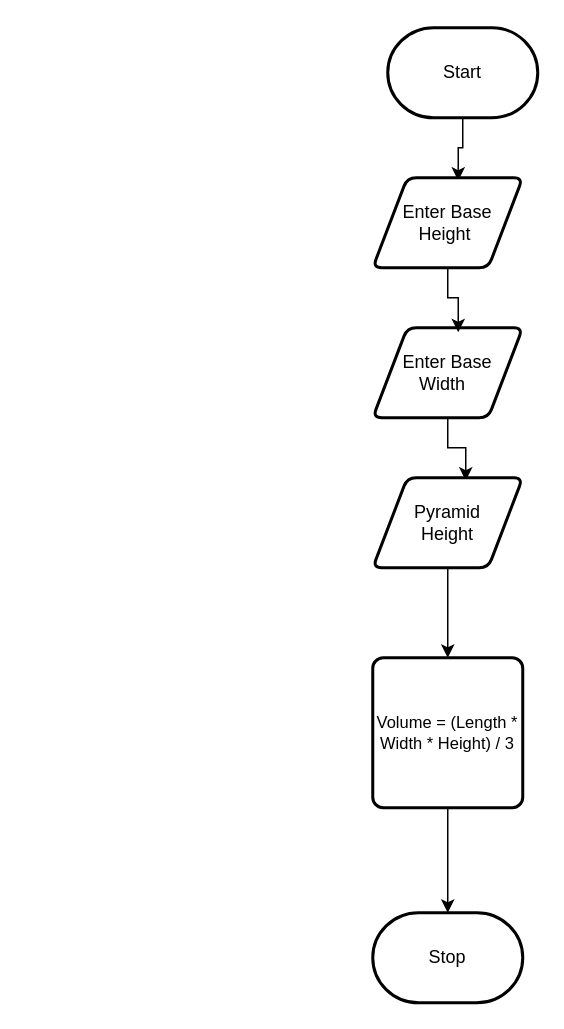
This is design/flowchart.drawio from MTHS-ICS2O-2-2022/ICS2O-Unit-6-02-Jaden-Plugowsky, a draw.io file, before an edit. Source tidied: cells renumbered, new cells numbered last; positions are measured from the earlier drawing's top-left corner, leaving out a move shared by most shapes. Both pictures are drawn from the tidied source at 150%, with x=0, y=0 at pixel (372, 27).
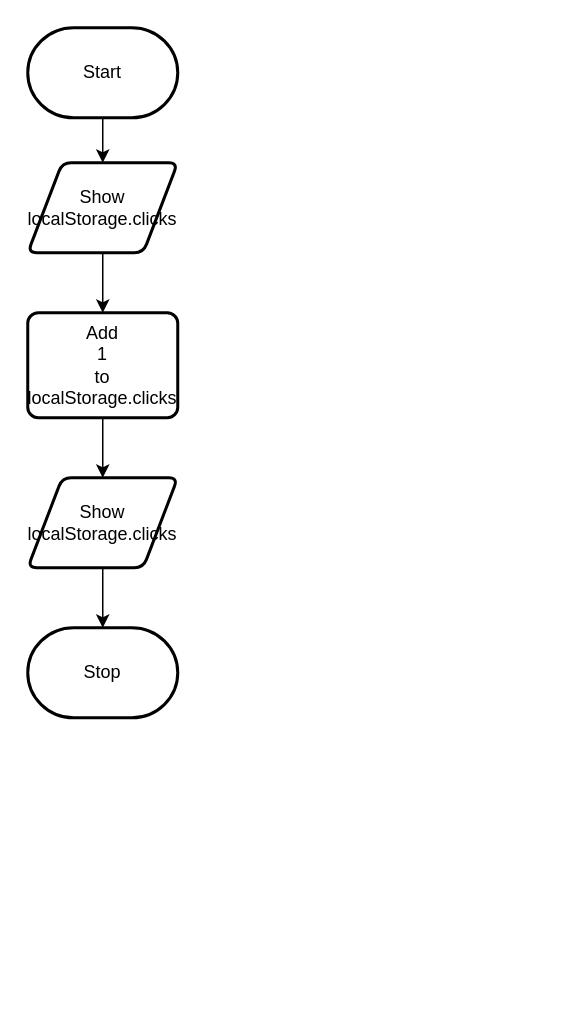
Above is the later version.

What changed in the source:
```diff
@@
 <mxGraphModel>
   <root>
     <mxCell id="0" />
     <mxCell id="1" parent="0" />
-    <mxCell id="2" style="edgeStyle=orthogonalEdgeStyle;shape=connector;rounded=0;html=1;entryX=0.57;entryY=0.033;entryDx=0;entryDy=0;entryPerimeter=0;labelBackgroundColor=default;strokeColor=default;fontFamily=Helvetica;fontSize=11;fontColor=default;endArrow=classic;elbow=vertical;jumpStyle=none;" parent="1" edge="1" source="3" target="8">
-      <mxGeometry relative="1" as="geometry" />
-    </mxCell>
+    <mxCell id="13" style="edgeStyle=orthogonalEdgeStyle;shape=connector;rounded=0;jumpStyle=none;html=1;entryX=0.5;entryY=0;entryDx=0;entryDy=0;labelBackgroundColor=default;strokeColor=default;fontFamily=Helvetica;fontSize=11;fontColor=default;endArrow=classic;elbow=vertical;" parent="1" edge="1" source="3" target="19">
+      <mxGeometry relative="1" as="geometry" />
+    </mxCell>
     <mxCell id="3" value="Start" style="strokeWidth=2;html=1;shape=mxgraph.flowchart.terminator;whiteSpace=wrap;" parent="1" vertex="1">
-      <mxGeometry x="10" width="100" height="60" as="geometry" />
+      <mxGeometry x="-230" width="100" height="60" as="geometry" />
     </mxCell>
     <mxCell id="4" value="Stop" style="strokeWidth=2;html=1;shape=mxgraph.flowchart.terminator;whiteSpace=wrap;" parent="1" vertex="1">
-      <mxGeometry y="590" width="100" height="60" as="geometry" />
+      <mxGeometry x="-230" y="400" width="100" height="60" as="geometry" />
     </mxCell>
-    <mxCell id="5" style="edgeStyle=orthogonalEdgeStyle;shape=connector;rounded=0;html=1;entryX=0.62;entryY=0.033;entryDx=0;entryDy=0;entryPerimeter=0;labelBackgroundColor=default;strokeColor=default;fontFamily=Helvetica;fontSize=11;fontColor=default;endArrow=classic;elbow=vertical;" parent="1" edge="1" source="6" target="10">
-      <mxGeometry relative="1" as="geometry" />
-    </mxCell>
-    <mxCell id="6" value="Enter Base Width&amp;nbsp;&amp;nbsp;" style="shape=parallelogram;html=1;strokeWidth=2;perimeter=parallelogramPerimeter;whiteSpace=wrap;rounded=1;arcSize=12;size=0.23;" parent="1" vertex="1">
-      <mxGeometry y="200" width="100" height="60" as="geometry" />
-    </mxCell>
-    <mxCell id="7" style="edgeStyle=orthogonalEdgeStyle;shape=connector;rounded=0;html=1;entryX=0.57;entryY=0.05;entryDx=0;entryDy=0;entryPerimeter=0;labelBackgroundColor=default;strokeColor=default;fontFamily=Helvetica;fontSize=11;fontColor=default;endArrow=classic;elbow=vertical;" parent="1" edge="1" source="8" target="6">
-      <mxGeometry relative="1" as="geometry" />
-    </mxCell>
-    <mxCell id="8" value="Enter Base Height&amp;nbsp;" style="shape=parallelogram;html=1;strokeWidth=2;perimeter=parallelogramPerimeter;whiteSpace=wrap;rounded=1;arcSize=12;size=0.23;" parent="1" vertex="1">
-      <mxGeometry y="100" width="100" height="60" as="geometry" />
-    </mxCell>
-    <mxCell id="9" style="edgeStyle=orthogonalEdgeStyle;shape=connector;rounded=0;html=1;entryX=0.5;entryY=0;entryDx=0;entryDy=0;labelBackgroundColor=default;strokeColor=default;fontFamily=Helvetica;fontSize=11;fontColor=default;endArrow=classic;elbow=vertical;" parent="1" edge="1" source="10" target="12">
-      <mxGeometry relative="1" as="geometry" />
-    </mxCell>
-    <mxCell id="10" value="Pyramid&lt;br&gt;Height" style="shape=parallelogram;html=1;strokeWidth=2;perimeter=parallelogramPerimeter;whiteSpace=wrap;rounded=1;arcSize=12;size=0.23;" parent="1" vertex="1">
-      <mxGeometry y="300" width="100" height="60" as="geometry" />
-    </mxCell>
-    <mxCell id="11" style="edgeStyle=orthogonalEdgeStyle;shape=connector;rounded=0;html=1;entryX=0.5;entryY=0;entryDx=0;entryDy=0;entryPerimeter=0;labelBackgroundColor=default;strokeColor=default;fontFamily=Helvetica;fontSize=11;fontColor=default;endArrow=classic;elbow=vertical;" parent="1" edge="1" source="12" target="4">
-      <mxGeometry relative="1" as="geometry" />
-    </mxCell>
-    <mxCell id="12" value="Volume = (Length * Width * Height) / 3" style="rounded=1;whiteSpace=wrap;html=1;absoluteArcSize=1;arcSize=14;strokeWidth=2;fontFamily=Helvetica;fontSize=11;fontColor=default;" parent="1" vertex="1">
-      <mxGeometry y="420" width="100" height="100" as="geometry" />
-    </mxCell>
+    <mxCell id="14" style="edgeStyle=orthogonalEdgeStyle;shape=connector;rounded=0;jumpStyle=none;html=1;entryX=0.5;entryY=0;entryDx=0;entryDy=0;labelBackgroundColor=default;strokeColor=default;fontFamily=Helvetica;fontSize=11;fontColor=default;endArrow=classic;elbow=vertical;" parent="1" edge="1" source="15" target="17">
+      <mxGeometry relative="1" as="geometry" />
+    </mxCell>
+    <mxCell id="15" value="Add&lt;br&gt;1&lt;br&gt;to&lt;br&gt;localStorage.clicks" style="rounded=1;whiteSpace=wrap;html=1;absoluteArcSize=1;arcSize=14;strokeWidth=2;" parent="1" vertex="1">
+      <mxGeometry x="-230" y="190" width="100" height="70" as="geometry" />
+    </mxCell>
+    <mxCell id="16" style="edgeStyle=orthogonalEdgeStyle;shape=connector;rounded=0;jumpStyle=none;html=1;entryX=0.5;entryY=0;entryDx=0;entryDy=0;entryPerimeter=0;labelBackgroundColor=default;strokeColor=default;fontFamily=Helvetica;fontSize=11;fontColor=default;endArrow=classic;elbow=vertical;" parent="1" edge="1" source="17" target="4">
+      <mxGeometry relative="1" as="geometry" />
+    </mxCell>
+    <mxCell id="17" value="Show&lt;br&gt;localStorage.clicks" style="shape=parallelogram;html=1;strokeWidth=2;perimeter=parallelogramPerimeter;whiteSpace=wrap;rounded=1;arcSize=12;size=0.23;" parent="1" vertex="1">
+      <mxGeometry x="-230" y="300" width="100" height="60" as="geometry" />
+    </mxCell>
+    <mxCell id="18" style="edgeStyle=orthogonalEdgeStyle;shape=connector;rounded=0;jumpStyle=none;html=1;entryX=0.5;entryY=0;entryDx=0;entryDy=0;labelBackgroundColor=default;strokeColor=default;fontFamily=Helvetica;fontSize=11;fontColor=default;endArrow=classic;elbow=vertical;" parent="1" edge="1" source="19" target="15">
+      <mxGeometry relative="1" as="geometry" />
+    </mxCell>
+    <mxCell id="19" value="Show&lt;br&gt;localStorage.clicks" style="shape=parallelogram;html=1;strokeWidth=2;perimeter=parallelogramPerimeter;whiteSpace=wrap;rounded=1;arcSize=12;size=0.23;" parent="1" vertex="1">
+      <mxGeometry x="-230" y="90" width="100" height="60" as="geometry" />
+    </mxCell>
   </root>
 </mxGraphModel>
```
